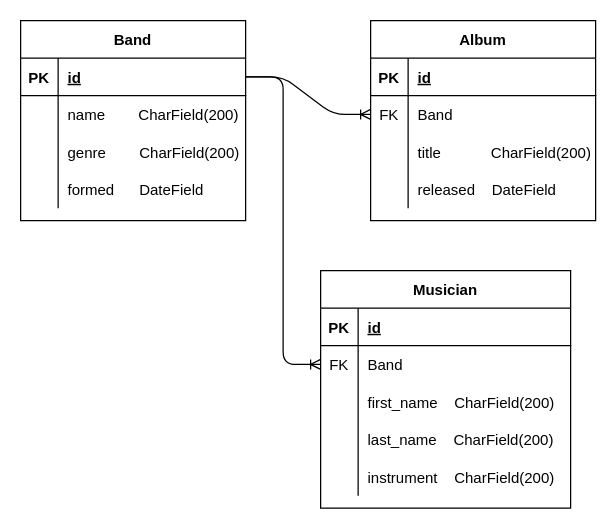
cliveford/bandology keeps this draw.io diagram as diagrams/erd.drawio. Above is the earlier version. Source tidied: cells renumbered, new cells numbered last; positions are measured from the earlier drawing's top-left corner, leaving out a move shared by most shapes. Both pictures are drawn from the tidied source at 125%, with x=0, y=0 at pixel (20, 20).
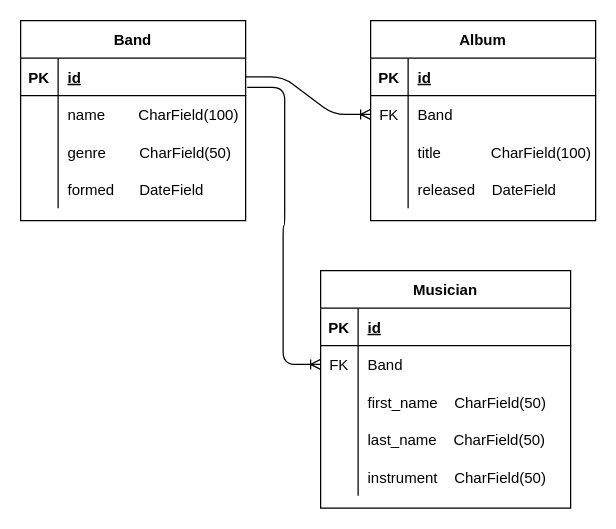
After the change.

The change refers to these unchanged cells:
```xml
<mxCell id="3" style="shape=partialRectangle;fillColor=none;top=0;left=0;bottom=1;right=0;points=[[0,0.5],[1,0.5]];portConstraint=eastwest;" parent="2" vertex="1">
  <mxGeometry y="30" width="180" height="30" as="geometry" />
</mxCell>
<mxCell id="6" style="shape=partialRectangle;fillColor=none;top=0;left=0;bottom=0;right=0;" parent="2" vertex="1">
  <mxGeometry y="60" width="180" height="30" as="geometry" />
</mxCell>
<mxCell id="9" style="shape=partialRectangle;fillColor=none;top=0;left=0;bottom=0;right=0;" parent="2" vertex="1">
  <mxGeometry y="90" width="180" height="30" as="geometry" />
</mxCell>
<mxCell id="22" style="shape=partialRectangle;fillColor=none;top=0;left=0;bottom=0;right=0;" parent="15" vertex="1">
  <mxGeometry y="90" width="180" height="30" as="geometry" />
</mxCell>
<mxCell id="33" style="shape=partialRectangle;fillColor=none;top=0;left=0;bottom=0;right=0;points=[[0,0.5],[1,0.5]];portConstraint=eastwest;" parent="29" vertex="1">
  <mxGeometry y="60" width="200" height="30" as="geometry" />
</mxCell>
<mxCell id="36" style="shape=partialRectangle;fillColor=none;top=0;left=0;bottom=0;right=0;" parent="29" vertex="1">
  <mxGeometry y="90" width="200" height="30" as="geometry" />
</mxCell>
<mxCell id="39" style="shape=partialRectangle;fillColor=none;top=0;left=0;bottom=0;right=0;" parent="29" vertex="1">
  <mxGeometry y="120" width="200" height="30" as="geometry" />
</mxCell>
<mxCell id="42" style="shape=partialRectangle;fillColor=none;top=0;left=0;bottom=0;right=0;" parent="29" vertex="1">
  <mxGeometry y="150" width="200" height="30" as="geometry" />
</mxCell>
```

Change to the diagram source:
```diff
@@
-    <mxCell id="8" value="name        CharField(200)" style="shape=partialRectangle;fillColor=none;top=0;left=0;bottom=0;right=0;align=left;spacingLeft=6;overflow=hidden;" parent="6" vertex="1">
+    <mxCell id="8" value="name        CharField(100)" style="shape=partialRectangle;fillColor=none;top=0;left=0;bottom=0;right=0;align=left;spacingLeft=6;overflow=hidden;" parent="6" vertex="1">
       <mxGeometry x="30" width="150" height="30" as="geometry" />
     </mxCell>
@@
-    <mxCell id="11" value="genre        CharField(200)" style="shape=partialRectangle;fillColor=none;top=0;left=0;bottom=0;right=0;align=left;spacingLeft=6;overflow=hidden;" parent="9" vertex="1">
+    <mxCell id="11" value="genre        CharField(50)" style="shape=partialRectangle;fillColor=none;top=0;left=0;bottom=0;right=0;align=left;spacingLeft=6;overflow=hidden;" parent="9" vertex="1">
       <mxGeometry x="30" width="150" height="30" as="geometry" />
     </mxCell>
@@
-    <mxCell id="24" value="title            CharField(200) " style="shape=partialRectangle;fillColor=none;top=0;left=0;bottom=0;right=0;align=left;spacingLeft=6;overflow=hidden;" parent="22" vertex="1">
+    <mxCell id="24" value="title            CharField(100) " style="shape=partialRectangle;fillColor=none;top=0;left=0;bottom=0;right=0;align=left;spacingLeft=6;overflow=hidden;" parent="22" vertex="1">
       <mxGeometry x="30" width="150" height="30" as="geometry" />
     </mxCell>
@@
-    <mxCell id="38" value="first_name    CharField(200)" style="shape=partialRectangle;fillColor=none;top=0;left=0;bottom=0;right=0;align=left;spacingLeft=6;overflow=hidden;" parent="36" vertex="1">
+    <mxCell id="38" value="first_name    CharField(50)" style="shape=partialRectangle;fillColor=none;top=0;left=0;bottom=0;right=0;align=left;spacingLeft=6;overflow=hidden;" parent="36" vertex="1">
       <mxGeometry x="30" width="170" height="30" as="geometry" />
     </mxCell>
@@
-    <mxCell id="41" value="last_name    CharField(200)" style="shape=partialRectangle;fillColor=none;top=0;left=0;bottom=0;right=0;align=left;spacingLeft=6;overflow=hidden;" parent="39" vertex="1">
+    <mxCell id="41" value="last_name    CharField(50)" style="shape=partialRectangle;fillColor=none;top=0;left=0;bottom=0;right=0;align=left;spacingLeft=6;overflow=hidden;" parent="39" vertex="1">
       <mxGeometry x="30" width="170" height="30" as="geometry" />
     </mxCell>
@@
-    <mxCell id="44" value="instrument    CharField(200)" style="shape=partialRectangle;fillColor=none;top=0;left=0;bottom=0;right=0;align=left;spacingLeft=6;overflow=hidden;" parent="42" vertex="1">
+    <mxCell id="44" value="instrument    CharField(50)" style="shape=partialRectangle;fillColor=none;top=0;left=0;bottom=0;right=0;align=left;spacingLeft=6;overflow=hidden;" parent="42" vertex="1">
       <mxGeometry x="30" width="170" height="30" as="geometry" />
     </mxCell>
-    <mxCell id="45" style="edgeStyle=entityRelationEdgeStyle;fontSize=12;html=1;endArrow=ERoneToMany;entryX=0;entryY=0.5;entryDx=0;entryDy=0;exitX=1;exitY=0.5;exitDx=0;exitDy=0;" parent="1" edge="1" source="3" target="33">
+    <mxCell id="45" style="edgeStyle=entityRelationEdgeStyle;fontSize=12;html=1;endArrow=ERoneToMany;entryX=0;entryY=0.5;entryDx=0;entryDy=0;exitX=1.007;exitY=0.779;exitDx=0;exitDy=0;exitPerimeter=0;" parent="1" edge="1" source="3" target="33">
       <mxGeometry relative="1" as="geometry" />
     </mxCell>
```
